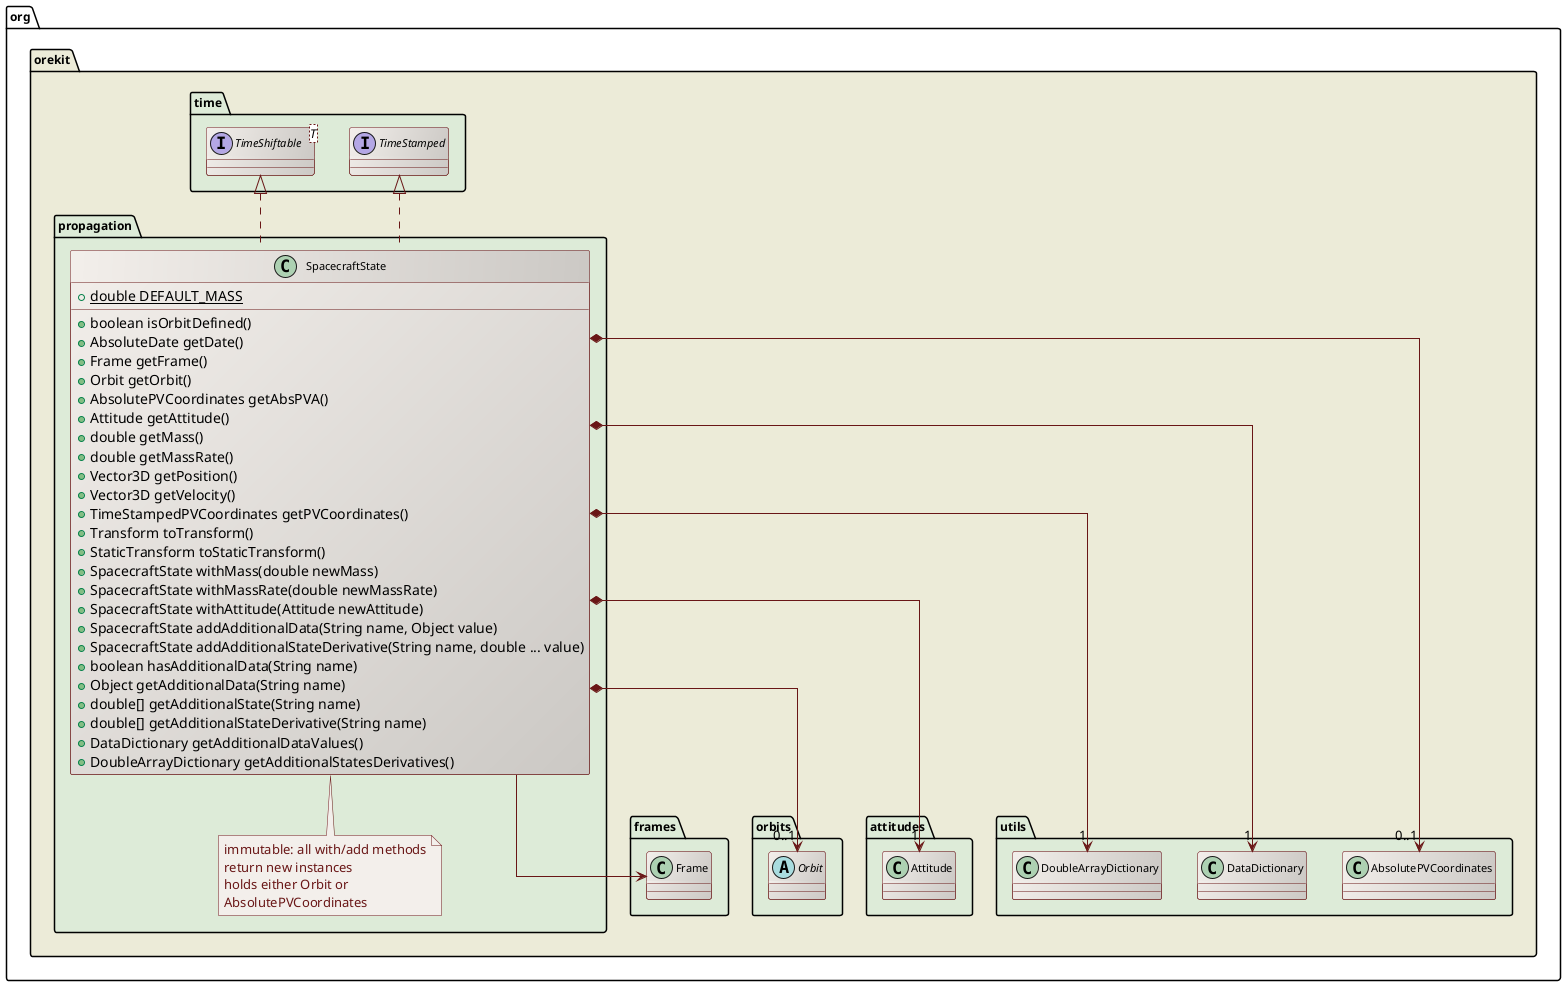
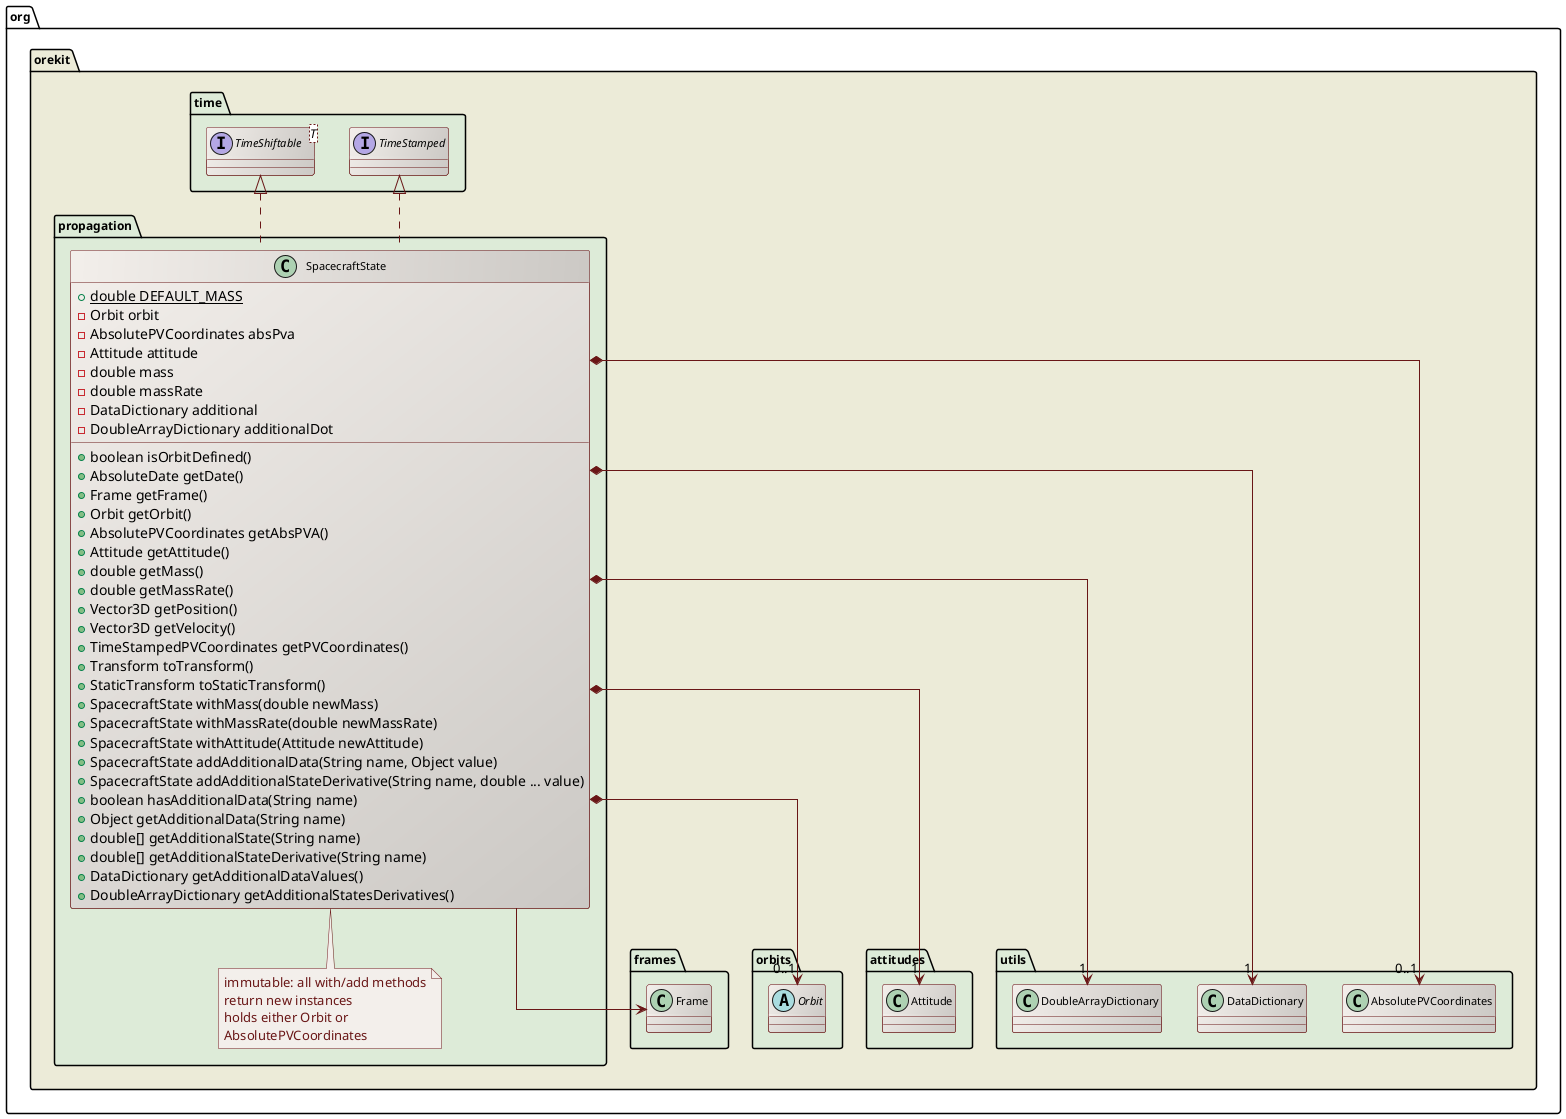
' Copyright 2002-2026 CS GROUP
' Licensed to CS GROUP (CS) under one or more
' contributor license agreements.  See the NOTICE file distributed with
' this work for additional information regarding copyright ownership.
' CS licenses this file to You under the Apache License, Version 2.0
' (the "License"); you may not use this file except in compliance with
' the License.  You may obtain a copy of the License at
'
'   http://www.apache.org/licenses/LICENSE-2.0
'
' Unless required by applicable law or agreed to in writing, software
' distributed under the License is distributed on an "AS IS" BASIS,
' WITHOUT WARRANTIES OR CONDITIONS OF ANY KIND, either express or implied.
' See the License for the specific language governing permissions and
' limitations under the License.

@startuml

  skinparam svek                  true
  skinparam ClassBackgroundColor  #F3EFEB/CCC9C5
  skinparam ClassArrowColor       #691616
  skinparam ClassBorderColor      #691616
  skinparam NoteBackgroundColor   #F3EFEB
  skinparam NoteBorderColor       #691616
  skinparam NoteFontColor         #691616
  skinparam ClassFontSize         11
  skinparam PackageFontSize       12
  skinparam linetype              ortho

  package org.orekit #ECEBD8 {

    package time #DDEBD8 {
      interface TimeStamped
      interface "TimeShiftable<T>" as TimeShiftable_T_
    }

    package frames #DDEBD8 {
      class Frame
    }

    package orbits #DDEBD8 {
      abstract class Orbit
    }

    package attitudes #DDEBD8 {
      class Attitude
    }

    package utils #DDEBD8 {
      class AbsolutePVCoordinates
      class DataDictionary
      class DoubleArrayDictionary
    }

    package propagation #DDEBD8 {

      class SpacecraftState {
        +{static} double DEFAULT_MASS
+         - Orbit orbit
+         - AbsolutePVCoordinates absPva
+         - Attitude attitude
+         - double mass
+         - double massRate
+         - DataDictionary additional
+         - DoubleArrayDictionary additionalDot
        +boolean isOrbitDefined()
        +AbsoluteDate getDate()
        +Frame getFrame()
        +Orbit getOrbit()
        +AbsolutePVCoordinates getAbsPVA()
        +Attitude getAttitude()
        +double getMass()
        +double getMassRate()
        +Vector3D getPosition()
        +Vector3D getVelocity()
        +TimeStampedPVCoordinates getPVCoordinates()
        +Transform toTransform()
        +StaticTransform toStaticTransform()
        +SpacecraftState withMass(double newMass)
        +SpacecraftState withMassRate(double newMassRate)
        +SpacecraftState withAttitude(Attitude newAttitude)
        +SpacecraftState addAdditionalData(String name, Object value)
        +SpacecraftState addAdditionalStateDerivative(String name, double ... value)
        +boolean hasAdditionalData(String name)
        +Object getAdditionalData(String name)
        +double[] getAdditionalState(String name)
        +double[] getAdditionalStateDerivative(String name)
        +DataDictionary getAdditionalDataValues()
        +DoubleArrayDictionary getAdditionalStatesDerivatives()
      }
      note bottom of SpacecraftState
        immutable: all with/add methods
        return new instances
        holds either Orbit or
        AbsolutePVCoordinates
      end note

      TimeStamped              <|.. SpacecraftState
      TimeShiftable_T_         <|.. SpacecraftState

      SpacecraftState          *--> "0..1" Orbit
      SpacecraftState          *--> "0..1" AbsolutePVCoordinates
      SpacecraftState          *--> "1" Attitude
      SpacecraftState          *--> "1" DataDictionary
      SpacecraftState          *--> "1" DoubleArrayDictionary
      SpacecraftState          --> Frame

    }

  }

@enduml
